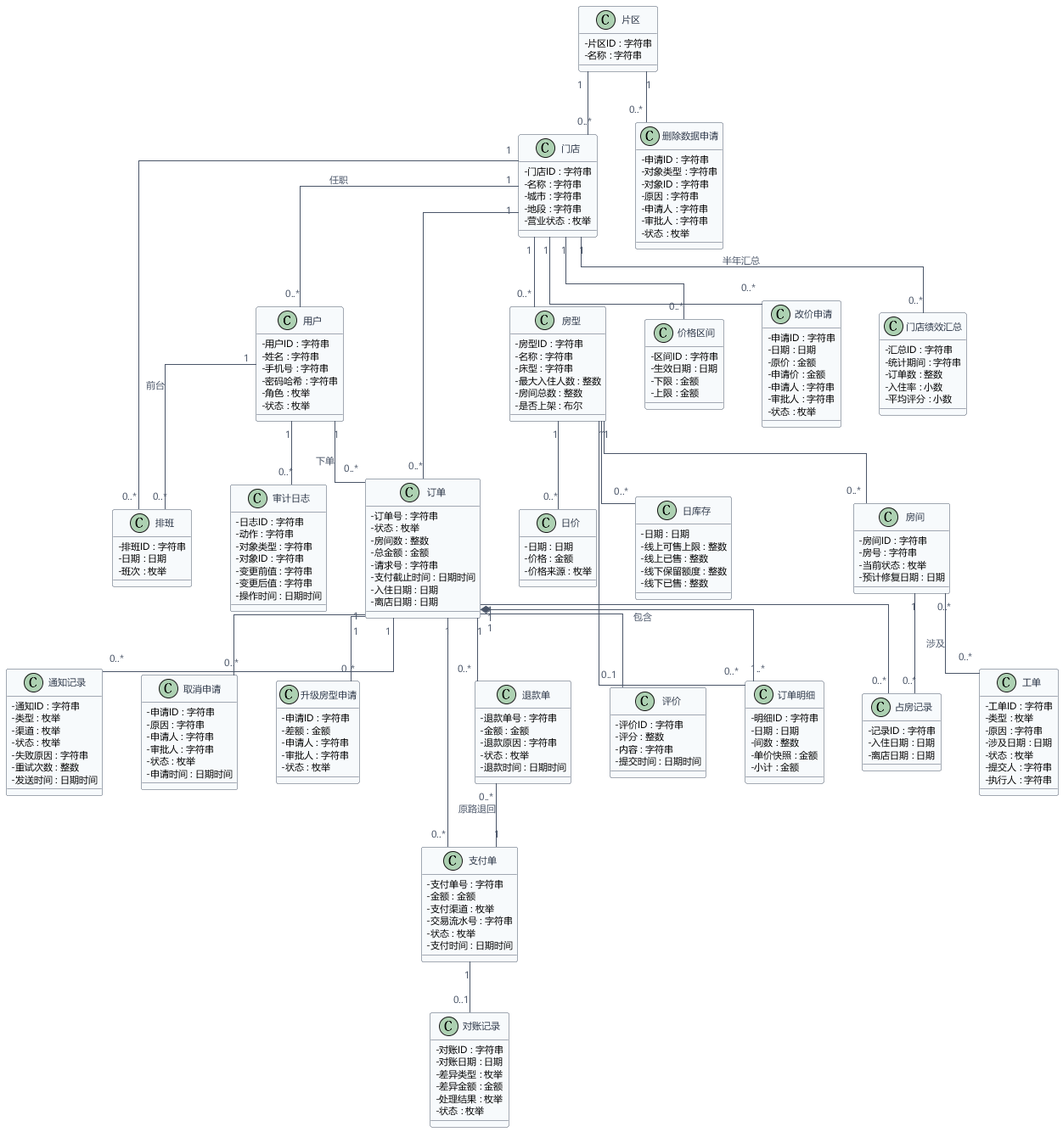
Above: UML/UML类图.png in ruzhai/software-engineering-labs (PlantUML), before the change. Its diagram source:
```plantuml
@startuml UML类图
skinparam defaultFontName "Microsoft YaHei"
skinparam classAttributeIconSize 0
skinparam shadowing false
skinparam backgroundColor #FFFFFF
skinparam linetype ortho
skinparam ArrowColor #4A5568
skinparam ArrowFontColor #4A5568
skinparam ArrowFontSize 11
skinparam ClassBackgroundColor #F7FAFC
skinparam ClassBorderColor #4A5568
skinparam ClassFontColor #2D3748
skinparam ClassFontSize 13
skinparam ClassAttributeFontSize 11
skinparam PackageBackgroundColor #FFFFFF
skinparam PackageBorderColor #A0AEC0
skinparam PackageFontColor #2D3748
skinparam PackageFontSize 13
skinparam nodesep 45
skinparam ranksep 60

class 用户 {
  - 用户ID : 字符串
  - 姓名 : 字符串
  - 手机号 : 字符串
  - 密码哈希 : 字符串
  - 角色 : 枚举
  - 状态 : 枚举
}
class 排班 {
  - 排班ID : 字符串
  - 日期 : 日期
  - 班次 : 枚举
}

class 片区 {
  - 片区ID : 字符串
  - 名称 : 字符串
}
class 门店 {
  - 门店ID : 字符串
  - 名称 : 字符串
  - 城市 : 字符串
  - 地段 : 字符串
  - 营业状态 : 枚举
}
class 房型 {
  - 房型ID : 字符串
  - 名称 : 字符串
  - 床型 : 字符串
  - 最大入住人数 : 整数
  - 房间总数 : 整数
  - 是否上架 : 布尔
}
class 房间 {
  - 房间ID : 字符串
  - 房号 : 字符串
  - 当前状态 : 枚举
  - 预计修复日期 : 日期
}

class 日价 {
  - 日期 : 日期
  - 价格 : 金额
  - 价格来源 : 枚举
}
class 价格区间 {
  - 区间ID : 字符串
  - 生效日期 : 日期
  - 下限 : 金额
  - 上限 : 金额
}
class 改价申请 {
  - 申请ID : 字符串
  - 日期 : 日期
  - 原价 : 金额
  - 申请价 : 金额
  - 申请人 : 字符串
  - 审批人 : 字符串
  - 状态 : 枚举
}

class 日库存 {
  - 日期 : 日期
  - 线上可售上限 : 整数
  - 线上已售 : 整数
  - 线下保留额度 : 整数
  - 线下已售 : 整数
}

class 订单 {
  - 订单号 : 字符串
  - 状态 : 枚举
  - 房间数 : 整数
  - 总金额 : 金额
  - 请求号 : 字符串
  - 支付截止时间 : 日期时间
  - 入住日期 : 日期
  - 离店日期 : 日期
}
class 订单明细 {
  - 明细ID : 字符串
  - 日期 : 日期
  - 间数 : 整数
  - 单价快照 : 金额
  - 小计 : 金额
}
class 通知记录 {
  - 通知ID : 字符串
  - 类型 : 枚举
  - 渠道 : 枚举
  - 状态 : 枚举
  - 失败原因 : 字符串
  - 重试次数 : 整数
  - 发送时间 : 日期时间
}
class 取消申请 {
  - 申请ID : 字符串
  - 原因 : 字符串
  - 申请人 : 字符串
  - 审批人 : 字符串
  - 状态 : 枚举
  - 申请时间 : 日期时间
}
class 升级房型申请 {
  - 申请ID : 字符串
  - 差额 : 金额
  - 申请人 : 字符串
  - 审批人 : 字符串
  - 状态 : 枚举
}

class 支付单 {
  - 支付单号 : 字符串
  - 金额 : 金额
  - 支付渠道 : 枚举
  - 交易流水号 : 字符串
  - 状态 : 枚举
  - 支付时间 : 日期时间
}
class 退款单 {
  - 退款单号 : 字符串
  - 金额 : 金额
  - 退款原因 : 字符串
  - 状态 : 枚举
  - 退款时间 : 日期时间
}
class 对账记录 {
  - 对账ID : 字符串
  - 对账日期 : 日期
  - 差异类型 : 枚举
  - 差异金额 : 金额
  - 处理结果 : 枚举
  - 状态 : 枚举
}

class 占房记录 {
  - 记录ID : 字符串
  - 入住日期 : 日期
  - 离店日期 : 日期
}
class 工单 {
  - 工单ID : 字符串
  - 类型 : 枚举
  - 原因 : 字符串
  - 涉及日期 : 日期
  - 状态 : 枚举
  - 提交人 : 字符串
  - 执行人 : 字符串
}

class 评价 {
  - 评价ID : 字符串
  - 评分 : 整数
  - 内容 : 字符串
  - 提交时间 : 日期时间
}

class 审计日志 {
  - 日志ID : 字符串
  - 动作 : 字符串
  - 对象类型 : 字符串
  - 对象ID : 字符串
  - 变更前值 : 字符串
  - 变更后值 : 字符串
  - 操作时间 : 日期时间
}
class 删除数据申请 {
  - 申请ID : 字符串
  - 对象类型 : 字符串
  - 对象ID : 字符串
  - 原因 : 字符串
  - 申请人 : 字符串
  - 审批人 : 字符串
  - 状态 : 枚举
}
class 门店绩效汇总 {
  - 汇总ID : 字符串
  - 统计期间 : 字符串
  - 订单数 : 整数
  - 入住率 : 小数
  - 平均评分 : 小数
}

片区 "1" -down- "0..*" 门店
门店 "1" -down- "0..*" 用户 : 任职
门店 "1" -down- "0..*" 排班
用户 "1" -down- "0..*" 排班 : 前台
门店 "1" -down- "0..*" 房型
房型 "1" -down- "0..*" 房间
房型 "1" -down- "0..*" 日价
房型 "1" -down- "0..*" 日库存
门店 "1" -down- "0..*" 价格区间
用户 "1" -down- "0..*" 订单 : 下单
门店 "1" -down- "0..*" 订单
订单 "1" *-- "1..*" 订单明细 : 包含
房型 "1" -down- "0..*" 订单明细
订单 "1" -down- "0..*" 占房记录
房间 "1" -down- "0..*" 占房记录
订单 "1" -down- "0..*" 支付单
订单 "1" -down- "0..*" 退款单
订单 "1" -down- "0..1" 评价
订单 "1" -down- "0..*" 通知记录
房间 "0..*" -down- "0..*" 工单 : 涉及
门店 "1" -down- "0..*" 改价申请
订单 "1" -down- "0..*" 取消申请
订单 "1" -down- "0..*" 升级房型申请
片区 "1" -down- "0..*" 删除数据申请
用户 "1" -down- "0..*" 审计日志
门店 "1" -down- "0..*" 门店绩效汇总 : 半年汇总
支付单 "1" -down- "0..1" 对账记录
退款单 "0..*" -- "1" 支付单 : 原路退回
@enduml
```
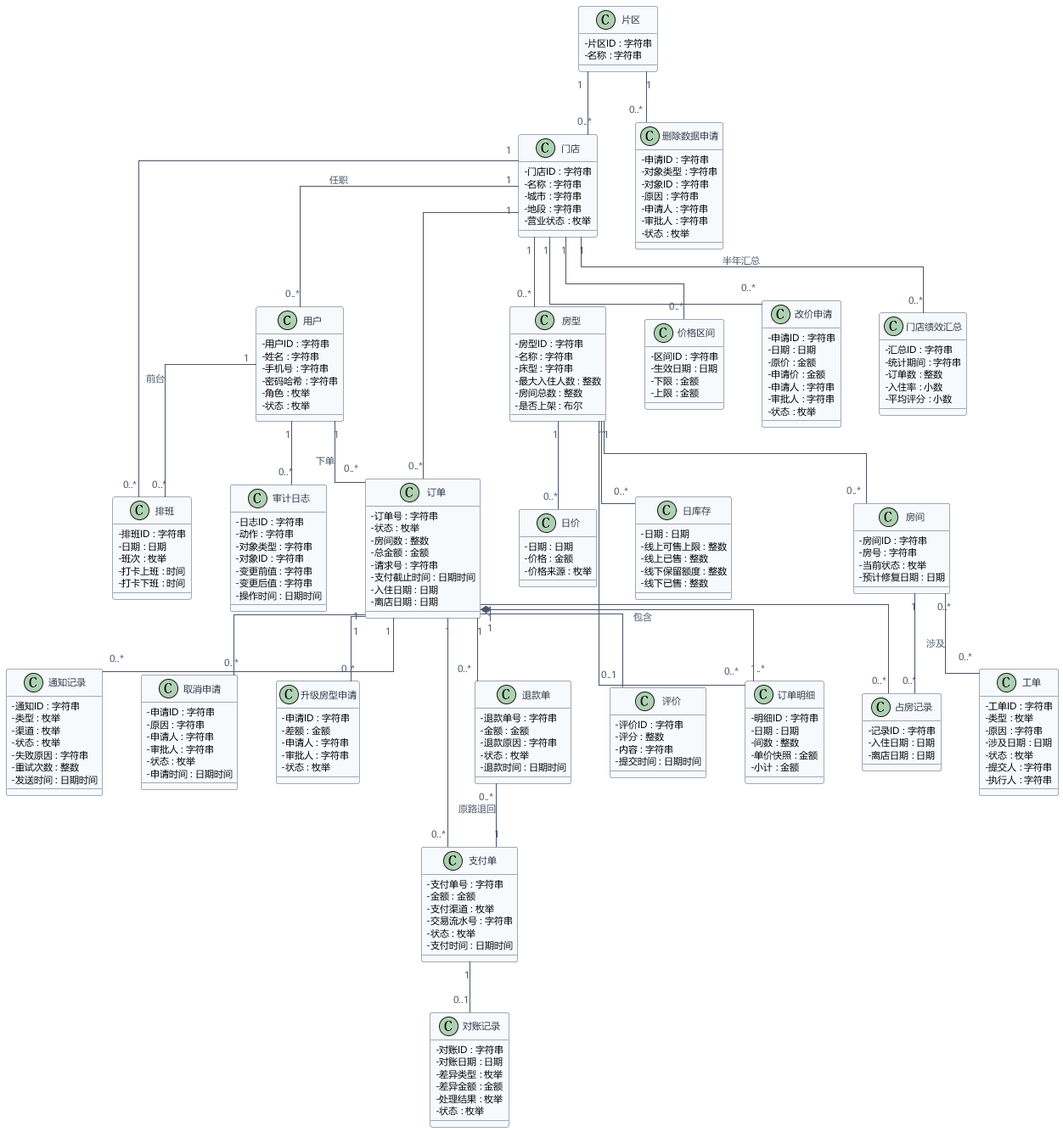
The same file after the commit.

Diff of the diagram source:
```diff
@@ -31,6 +31,8 @@
   - 排班ID : 字符串
   - 日期 : 日期
   - 班次 : 枚举
+  - 打卡上班 : 时间
+  - 打卡下班 : 时间
 }
 
 class 片区 {
```
